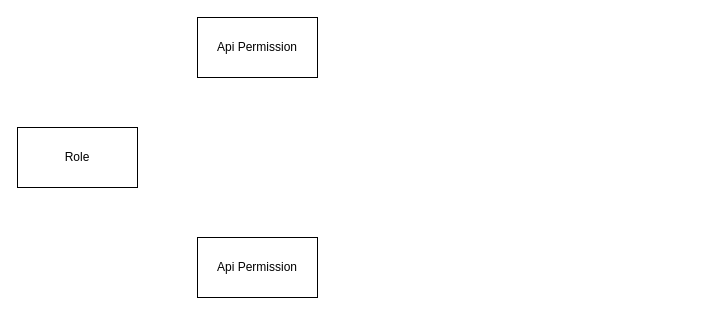
is-Xiaoen/DevCloud keeps this draw.io diagram as devcloud/mcenter/apps/role/design.drawio. Above is the earlier version. Source tidied: cells renumbered, new cells numbered last; positions are measured from the earlier drawing's top-left corner, leaving out a move shared by most shapes. Both pictures are drawn from the tidied source at 100%, with x=0, y=0 at pixel (17, 17).
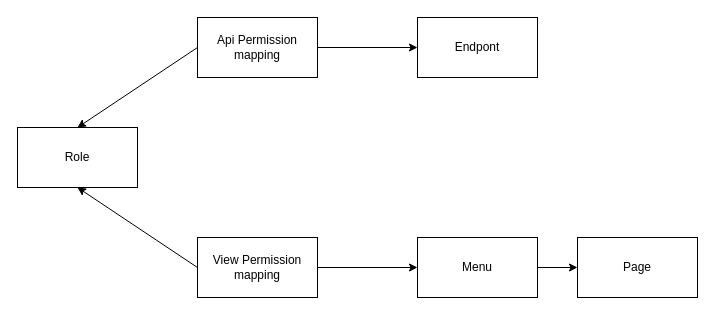
The same page after the edit.

Change to the diagram source:
```diff
@@
 <mxGraphModel>
   <root>
     <mxCell id="0" />
     <mxCell id="1" parent="0" />
     <mxCell id="2" value="Role" style="rounded=0;whiteSpace=wrap;html=1;" parent="1" vertex="1">
       <mxGeometry y="110" width="120" height="60" as="geometry" />
     </mxCell>
+    <mxCell id="5" style="edgeStyle=none;html=1;exitX=1;exitY=0.5;exitDx=0;exitDy=0;entryX=0;entryY=0.5;entryDx=0;entryDy=0;" parent="1" edge="1" source="3" target="9">
+      <mxGeometry relative="1" as="geometry" />
+    </mxCell>
+    <mxCell id="6" style="edgeStyle=none;html=1;exitX=0;exitY=0.5;exitDx=0;exitDy=0;entryX=0.5;entryY=0;entryDx=0;entryDy=0;" parent="1" edge="1" source="3" target="2">
+      <mxGeometry relative="1" as="geometry" />
+    </mxCell>
-    <mxCell id="3" value="Api Permission" style="rounded=0;whiteSpace=wrap;html=1;" parent="1" vertex="1">
+    <mxCell id="3" value="Api Permission&lt;div&gt;mapping&lt;/div&gt;" style="rounded=0;whiteSpace=wrap;html=1;" parent="1" vertex="1">
       <mxGeometry x="180" width="120" height="60" as="geometry" />
     </mxCell>
+    <mxCell id="7" style="edgeStyle=none;html=1;exitX=1;exitY=0.5;exitDx=0;exitDy=0;" parent="1" edge="1" source="4" target="11">
+      <mxGeometry relative="1" as="geometry" />
+    </mxCell>
+    <mxCell id="8" style="edgeStyle=none;html=1;exitX=0;exitY=0.5;exitDx=0;exitDy=0;entryX=0.5;entryY=1;entryDx=0;entryDy=0;" parent="1" edge="1" source="4" target="2">
+      <mxGeometry relative="1" as="geometry" />
+    </mxCell>
-    <mxCell id="4" value="Api Permission" style="rounded=0;whiteSpace=wrap;html=1;" parent="1" vertex="1">
+    <mxCell id="4" value="View Permission&lt;div&gt;mapping&lt;/div&gt;" style="rounded=0;whiteSpace=wrap;html=1;" parent="1" vertex="1">
       <mxGeometry x="180" y="220" width="120" height="60" as="geometry" />
     </mxCell>
+    <mxCell id="9" value="Endpont" style="rounded=0;whiteSpace=wrap;html=1;" parent="1" vertex="1">
+      <mxGeometry x="400" width="120" height="60" as="geometry" />
+    </mxCell>
+    <mxCell id="10" style="edgeStyle=none;html=1;exitX=1;exitY=0.5;exitDx=0;exitDy=0;entryX=0;entryY=0.5;entryDx=0;entryDy=0;" parent="1" edge="1" source="11" target="12">
+      <mxGeometry relative="1" as="geometry" />
+    </mxCell>
+    <mxCell id="11" value="Menu" style="rounded=0;whiteSpace=wrap;html=1;" parent="1" vertex="1">
+      <mxGeometry x="400" y="220" width="120" height="60" as="geometry" />
+    </mxCell>
+    <mxCell id="12" value="Page" style="rounded=0;whiteSpace=wrap;html=1;" parent="1" vertex="1">
+      <mxGeometry x="560" y="220" width="120" height="60" as="geometry" />
+    </mxCell>
   </root>
 </mxGraphModel>
```
